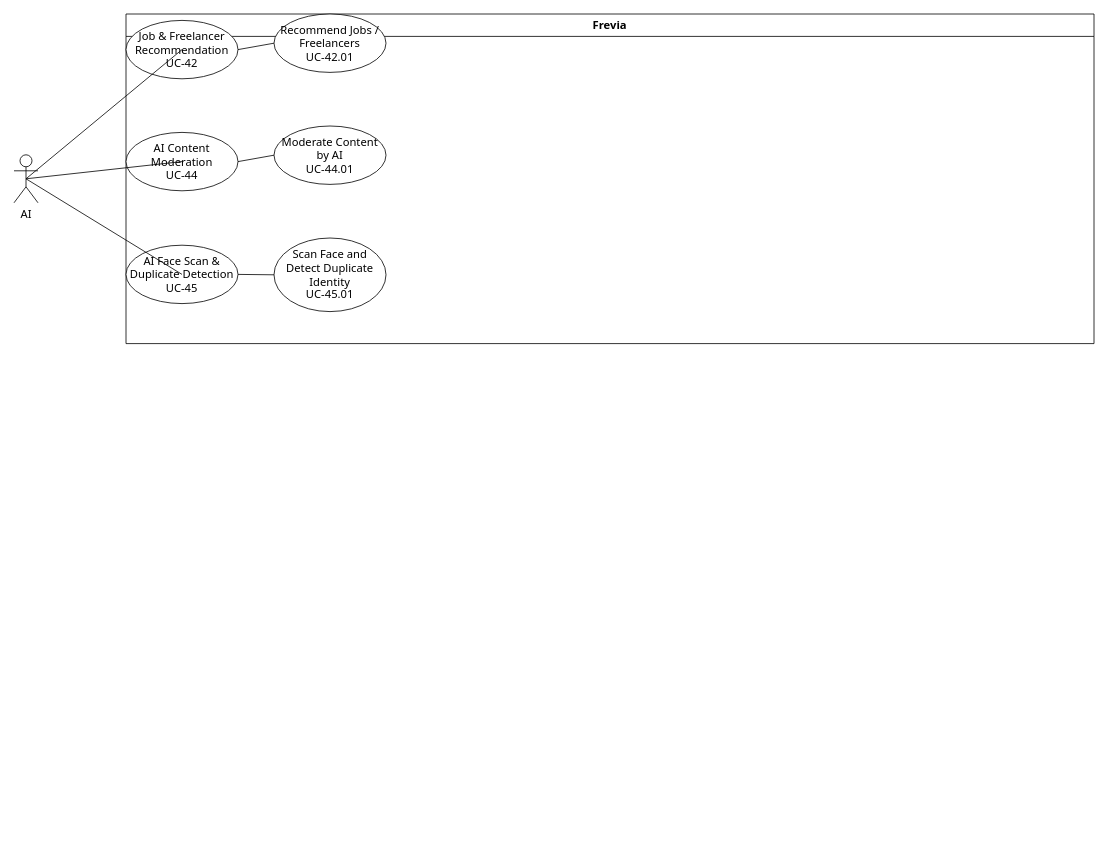
This is uc-diagrams/AI_Service.drawio from Thunggg/Frevia, a draw.io file, before an edit. Source tidied: cells renumbered, new cells numbered last; positions are measured from the earlier drawing's top-left corner, leaving out a move shared by most shapes. Both pictures are drawn from the tidied source at 80%, with x=0, y=0 at pixel (14, 14).
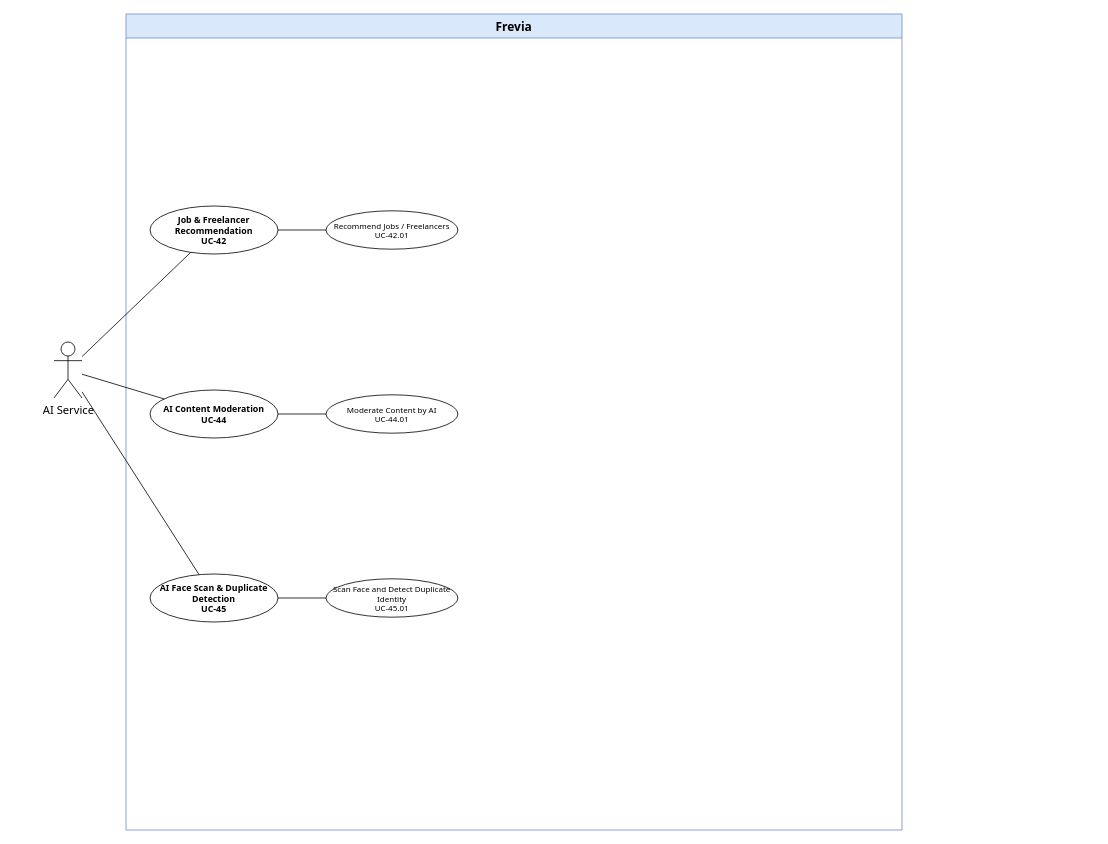
Above is the later version.

Change to the diagram source:
```diff
@@
 <mxGraphModel>
   <root>
     <mxCell id="0" />
     <mxCell id="1" parent="0" />
-    <mxCell id="2" value="AI" style="shape=umlActor;verticalLabelPosition=bottom;verticalAlign=top;html=1;outlineConnect=0;fontSize=14;fontFamily=Tahoma;" parent="1" vertex="1">
-      <mxGeometry y="176" width="30" height="60" as="geometry" />
-    </mxCell>
-    <mxCell id="3" value="Frevia" style="swimlane;whiteSpace=wrap;html=1;startSize=28;fontSize=14;fontFamily=Tahoma;" parent="1" vertex="1">
-      <mxGeometry x="140" width="1210" height="412" as="geometry" />
+    <mxCell id="3" value="Frevia" style="swimlane;whiteSpace=wrap;html=1;startSize=30;fontSize=15;fontFamily=Tahoma;fontStyle=1;fillColor=#dae8fc;strokeColor=#6c8ebf;" parent="1" vertex="1">
+      <mxGeometry x="140" width="970" height="1020" as="geometry" />
     </mxCell>
+    <mxCell id="16" value="AI Service" style="shape=umlActor;verticalLabelPosition=bottom;verticalAlign=top;html=1;outlineConnect=0;fontSize=14;fontFamily=Tahoma;" parent="1" vertex="1">
+      <mxGeometry x="50" y="410" width="35" height="70" as="geometry" />
+    </mxCell>
-    <mxCell id="4" value="Job &amp; Freelancer Recommendation&lt;div&gt;UC-42&lt;/div&gt;" style="ellipse;whiteSpace=wrap;html=1;fontSize=14;fontFamily=Tahoma;" parent="3" vertex="1">
-      <mxGeometry y="8" width="140" height="73" as="geometry" />
+    <mxCell id="4" value="Job &amp; Freelancer Recommendation&#10;UC-42" style="ellipse;whiteSpace=wrap;html=1;fontSize=11;fontFamily=Tahoma;fontStyle=1;fillColor=#ffffff;strokeColor=#000000;" parent="3" vertex="1">
+      <mxGeometry x="30" y="240" width="160" height="60" as="geometry" />
     </mxCell>
-    <mxCell id="5" style="endArrow=none;html=1;rounded=0;exitX=0.5;exitY=0.5;exitDx=0;exitDy=0;exitPerimeter=0;entryX=0.5;entryY=0.5;entryDx=0;entryDy=0;fontSize=14;fontFamily=Tahoma;" parent="1" edge="1" source="2" target="4">
-      <mxGeometry relative="1" as="geometry" />
-    </mxCell>
+    <mxCell id="17" style="endArrow=none;html=1;rounded=0;fontFamily=Tahoma;fontSize=13;" parent="1" edge="1" source="16" target="4">
+      <mxGeometry relative="1" as="geometry" />
+    </mxCell>
-    <mxCell id="6" value="Recommend Jobs / Freelancers&lt;div&gt;UC-42.01&lt;/div&gt;" style="ellipse;whiteSpace=wrap;html=1;fontSize=14;fontFamily=Tahoma;" parent="3" vertex="1">
-      <mxGeometry x="185" width="140" height="73" as="geometry" />
+    <mxCell id="6" value="Recommend Jobs / Freelancers&#10;UC-42.01" style="ellipse;whiteSpace=wrap;html=1;fontSize=10;fontFamily=Tahoma;fillColor=#ffffff;strokeColor=#000000;" parent="3" vertex="1">
+      <mxGeometry x="250" y="246" width="165" height="48" as="geometry" />
     </mxCell>
-    <mxCell id="7" style="endArrow=none;html=1;rounded=0;exitX=1;exitY=0.5;exitDx=0;exitDy=0;entryX=0;entryY=0.5;entryDx=0;entryDy=0;fontSize=14;fontFamily=Tahoma;" parent="3" edge="1" source="4" target="6">
+    <mxCell id="7" style="endArrow=none;html=1;rounded=0;fontFamily=Tahoma;fontSize=13;" parent="1" edge="1" source="4" target="6">
       <mxGeometry relative="1" as="geometry" />
     </mxCell>
-    <mxCell id="8" value="AI Content Moderation&lt;div&gt;UC-44&lt;/div&gt;" style="ellipse;whiteSpace=wrap;html=1;fontSize=14;fontFamily=Tahoma;" parent="3" vertex="1">
-      <mxGeometry y="148" width="140" height="73" as="geometry" />
+    <mxCell id="8" value="AI Content Moderation&#10;UC-44" style="ellipse;whiteSpace=wrap;html=1;fontSize=11;fontFamily=Tahoma;fontStyle=1;fillColor=#ffffff;strokeColor=#000000;" parent="3" vertex="1">
+      <mxGeometry x="30" y="470" width="160" height="60" as="geometry" />
     </mxCell>
-    <mxCell id="9" style="endArrow=none;html=1;rounded=0;exitX=0.5;exitY=0.5;exitDx=0;exitDy=0;exitPerimeter=0;entryX=0.5;entryY=0.5;entryDx=0;entryDy=0;fontSize=14;fontFamily=Tahoma;" parent="1" edge="1" source="2" target="8">
-      <mxGeometry relative="1" as="geometry" />
-    </mxCell>
+    <mxCell id="18" style="endArrow=none;html=1;rounded=0;fontFamily=Tahoma;fontSize=13;" parent="1" edge="1" source="16" target="8">
+      <mxGeometry relative="1" as="geometry" />
+    </mxCell>
-    <mxCell id="10" value="Moderate Content by AI&lt;div&gt;UC-44.01&lt;/div&gt;" style="ellipse;whiteSpace=wrap;html=1;fontSize=14;fontFamily=Tahoma;" parent="3" vertex="1">
-      <mxGeometry x="185" y="140" width="140" height="73" as="geometry" />
+    <mxCell id="10" value="Moderate Content by AI&#10;UC-44.01" style="ellipse;whiteSpace=wrap;html=1;fontSize=10;fontFamily=Tahoma;fillColor=#ffffff;strokeColor=#000000;" parent="3" vertex="1">
+      <mxGeometry x="250" y="476" width="165" height="48" as="geometry" />
     </mxCell>
-    <mxCell id="11" style="endArrow=none;html=1;rounded=0;exitX=1;exitY=0.5;exitDx=0;exitDy=0;entryX=0;entryY=0.5;entryDx=0;entryDy=0;fontSize=14;fontFamily=Tahoma;" parent="3" edge="1" source="8" target="10">
+    <mxCell id="11" style="endArrow=none;html=1;rounded=0;fontFamily=Tahoma;fontSize=13;" parent="1" edge="1" source="8" target="10">
       <mxGeometry relative="1" as="geometry" />
     </mxCell>
-    <mxCell id="12" value="AI Face Scan &amp; Duplicate Detection&lt;div&gt;UC-45&lt;/div&gt;" style="ellipse;whiteSpace=wrap;html=1;fontSize=14;fontFamily=Tahoma;" parent="3" vertex="1">
-      <mxGeometry y="289" width="140" height="73" as="geometry" />
+    <mxCell id="12" value="AI Face Scan &amp; Duplicate Detection&#10;UC-45" style="ellipse;whiteSpace=wrap;html=1;fontSize=11;fontFamily=Tahoma;fontStyle=1;fillColor=#ffffff;strokeColor=#000000;" parent="3" vertex="1">
+      <mxGeometry x="30" y="700" width="160" height="60" as="geometry" />
     </mxCell>
-    <mxCell id="13" style="endArrow=none;html=1;rounded=0;exitX=0.5;exitY=0.5;exitDx=0;exitDy=0;exitPerimeter=0;entryX=0.5;entryY=0.5;entryDx=0;entryDy=0;fontSize=14;fontFamily=Tahoma;" parent="1" edge="1" source="2" target="12">
-      <mxGeometry relative="1" as="geometry" />
-    </mxCell>
+    <mxCell id="19" style="endArrow=none;html=1;rounded=0;fontFamily=Tahoma;fontSize=13;" parent="1" edge="1" source="16" target="12">
+      <mxGeometry relative="1" as="geometry" />
+    </mxCell>
-    <mxCell id="14" value="Scan Face and Detect Duplicate Identity&lt;div&gt;UC-45.01&lt;/div&gt;" style="ellipse;whiteSpace=wrap;html=1;fontSize=14;fontFamily=Tahoma;" parent="3" vertex="1">
-      <mxGeometry x="185" y="280" width="140" height="92" as="geometry" />
+    <mxCell id="14" value="Scan Face and Detect Duplicate Identity&#10;UC-45.01" style="ellipse;whiteSpace=wrap;html=1;fontSize=10;fontFamily=Tahoma;fillColor=#ffffff;strokeColor=#000000;" parent="3" vertex="1">
+      <mxGeometry x="250" y="706" width="165" height="48" as="geometry" />
     </mxCell>
-    <mxCell id="15" style="endArrow=none;html=1;rounded=0;exitX=1;exitY=0.5;exitDx=0;exitDy=0;entryX=0;entryY=0.5;entryDx=0;entryDy=0;fontSize=14;fontFamily=Tahoma;" parent="3" edge="1" source="12" target="14">
+    <mxCell id="15" style="endArrow=none;html=1;rounded=0;fontFamily=Tahoma;fontSize=13;" parent="1" edge="1" source="12" target="14">
       <mxGeometry relative="1" as="geometry" />
     </mxCell>
   </root>
 </mxGraphModel>
```
